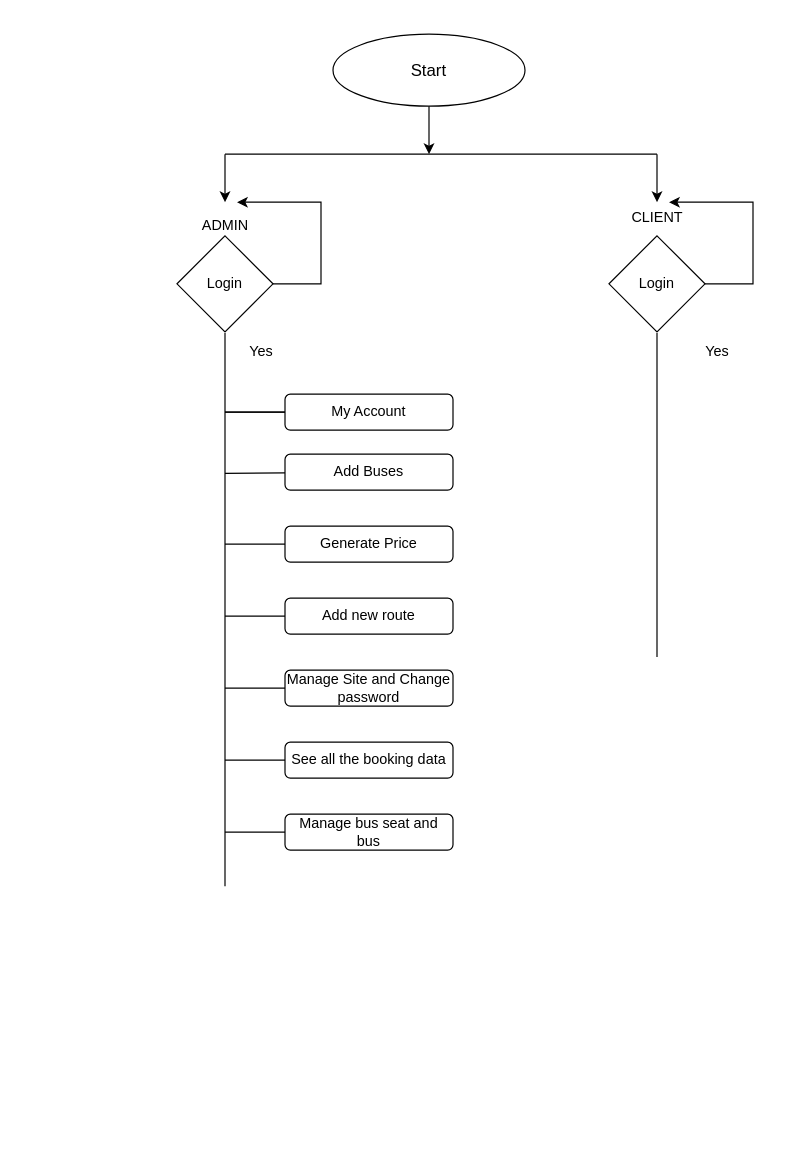
Before: Untitled Diagram.drawio in SarojPandey01/Facebook-Login-Page, a draw.io diagram. Source tidied: cells renumbered, new cells numbered last; positions are measured from the earlier drawing's top-left corner, leaving out a move shared by most shapes. Both pictures are drawn from the tidied source at 120%, with x=0, y=0 at pixel (176, 34).
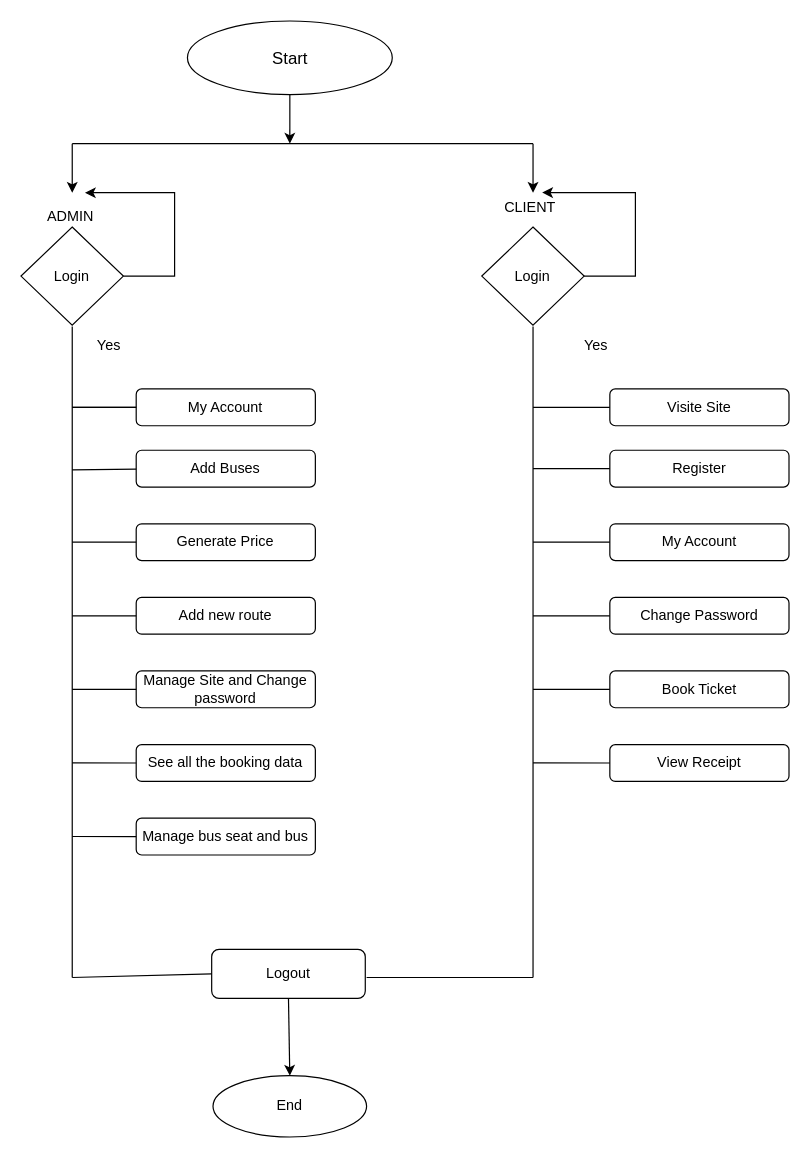
Above is the later version.

Change to the diagram source:
```diff
@@
+    <mxCell id="32" style="group;" parent="1" vertex="1">
+      <mxGeometry x="-130" y="-11" width="640" height="930" as="geometry" />
+    </mxCell>
-    <mxCell id="2" value="&lt;font style=&quot;font-size: 14px;&quot;&gt;Start&lt;/font&gt;" style="ellipse;whiteSpace=wrap;html=1;" parent="1" vertex="1">
-      <mxGeometry x="130" width="160" height="60" as="geometry" />
+    <mxCell id="2" value="&lt;font style=&quot;font-size: 14px;&quot;&gt;Start&lt;/font&gt;" style="ellipse;whiteSpace=wrap;html=1;" parent="32" vertex="1">
+      <mxGeometry x="138.7" width="170.7" height="61.3" as="geometry" />
     </mxCell>
-    <mxCell id="3" style="endArrow=classic;html=1;rounded=0;" parent="1" edge="1" source="2">
+    <mxCell id="3" style="endArrow=classic;html=1;rounded=0;" parent="32" edge="1" source="2">
       <mxGeometry relative="1" as="geometry">
-        <mxPoint x="210" y="100" as="targetPoint" />
+        <mxPoint x="224" y="102.2" as="targetPoint" />
       </mxGeometry>
     </mxCell>
-    <mxCell id="4" style="endArrow=none;html=1;rounded=0;" parent="1" edge="1">
+    <mxCell id="4" style="endArrow=none;html=1;rounded=0;" parent="32" edge="1">
       <mxGeometry relative="1" as="geometry">
-        <mxPoint x="40" y="100" as="sourcePoint" />
-        <mxPoint x="400" y="100" as="targetPoint" />
+        <mxPoint x="42.7" y="102.2" as="sourcePoint" />
+        <mxPoint x="426.7" y="102.2" as="targetPoint" />
       </mxGeometry>
     </mxCell>
-    <mxCell id="5" style="endArrow=classic;html=1;rounded=0;" parent="1" edge="1">
+    <mxCell id="5" style="endArrow=classic;html=1;rounded=0;" parent="32" edge="1">
       <mxGeometry relative="1" as="geometry">
-        <mxPoint x="40" y="100" as="sourcePoint" />
-        <mxPoint x="40" y="140" as="targetPoint" />
+        <mxPoint x="42.7" y="102.2" as="sourcePoint" />
+        <mxPoint x="42.7" y="143.1" as="targetPoint" />
       </mxGeometry>
     </mxCell>
-    <mxCell id="6" style="endArrow=classic;html=1;rounded=0;" parent="1" edge="1">
+    <mxCell id="6" style="endArrow=classic;html=1;rounded=0;" parent="32" edge="1">
       <mxGeometry relative="1" as="geometry">
-        <mxPoint x="400" y="100" as="sourcePoint" />
-        <mxPoint x="400" y="140" as="targetPoint" />
+        <mxPoint x="426.7" y="102.2" as="sourcePoint" />
+        <mxPoint x="426.7" y="143.1" as="targetPoint" />
       </mxGeometry>
     </mxCell>
-    <mxCell id="7" value="ADMIN" style="text;html=1;align=center;verticalAlign=middle;strokeColor=none;fillColor=none;" parent="1" vertex="1">
-      <mxGeometry x="10" y="145" width="60" height="30" as="geometry" />
+    <mxCell id="7" value="ADMIN" style="text;html=1;align=center;verticalAlign=middle;strokeColor=none;fillColor=none;" parent="32" vertex="1">
+      <mxGeometry x="10.7" y="148.2" width="60" height="30" as="geometry" />
     </mxCell>
-    <mxCell id="8" value="Login" style="rhombus;whiteSpace=wrap;html=1;" parent="1" vertex="1">
-      <mxGeometry x="360" y="168" width="80" height="80" as="geometry" />
+    <mxCell id="8" value="Login" style="rhombus;whiteSpace=wrap;html=1;" parent="32" vertex="1">
+      <mxGeometry x="384" y="171.7" width="85.3" height="81.8" as="geometry" />
     </mxCell>
-    <mxCell id="9" value="Login" style="rhombus;whiteSpace=wrap;html=1;" parent="1" vertex="1">
-      <mxGeometry y="168" width="80" height="80" as="geometry" />
+    <mxCell id="9" value="Login" style="rhombus;whiteSpace=wrap;html=1;" parent="32" vertex="1">
+      <mxGeometry y="171.7" width="85.3" height="81.8" as="geometry" />
     </mxCell>
-    <mxCell id="10" value="CLIENT" style="text;html=1;align=center;verticalAlign=middle;points=[];strokeColor=none;fillColor=none;" parent="1" vertex="1">
-      <mxGeometry x="365" y="138" width="70" height="30" as="geometry" />
+    <mxCell id="10" value="CLIENT" style="text;html=1;align=center;verticalAlign=middle;points=[];strokeColor=none;fillColor=none;" parent="32" vertex="1">
+      <mxGeometry x="389.3" y="141" width="70" height="30" as="geometry" />
     </mxCell>
-    <mxCell id="11" style="endArrow=classic;html=1;rounded=0;exitX=1;exitY=0.5;exitDx=0;exitDy=0;" parent="1" edge="1" source="9">
+    <mxCell id="11" style="endArrow=classic;html=1;rounded=0;exitX=1;exitY=0.5;exitDx=0;exitDy=0;" parent="32" edge="1" source="9">
       <mxGeometry relative="1" as="geometry">
-        <mxPoint x="50" y="140" as="targetPoint" />
+        <mxPoint x="53.3" y="143.1" as="targetPoint" />
         <Array as="points">
-          <mxPoint x="120" y="208" />
-          <mxPoint x="120" y="160" />
-          <mxPoint x="120" y="140" />
-          <mxPoint x="80" y="140" />
+          <mxPoint x="128" y="212.6" />
+          <mxPoint x="128" y="163.5" />
+          <mxPoint x="128" y="143.1" />
+          <mxPoint x="85.3" y="143.1" />
         </Array>
       </mxGeometry>
     </mxCell>
-    <mxCell id="12" style="endArrow=classic;html=1;rounded=0;exitX=1;exitY=0.5;exitDx=0;exitDy=0;entryX=0.643;entryY=0.067;entryDx=0;entryDy=0;entryPerimeter=0;" parent="1" edge="1" target="10">
+    <mxCell id="12" style="endArrow=classic;html=1;rounded=0;exitX=1;exitY=0.5;exitDx=0;exitDy=0;entryX=0.643;entryY=0.067;entryDx=0;entryDy=0;entryPerimeter=0;" parent="32" edge="1" target="10">
       <mxGeometry relative="1" as="geometry">
-        <mxPoint x="440" y="208" as="sourcePoint" />
+        <mxPoint x="469.3" y="212.6" as="sourcePoint" />
         <Array as="points">
-          <mxPoint x="480" y="208" />
-          <mxPoint x="480" y="140" />
-          <mxPoint x="440" y="140" />
+          <mxPoint x="512" y="212.6" />
+          <mxPoint x="512" y="143.1" />
+          <mxPoint x="469.3" y="143.1" />
         </Array>
       </mxGeometry>
     </mxCell>
-    <mxCell id="13" style="endArrow=none;html=1;rounded=0;" parent="1" edge="1">
+    <mxCell id="13" style="endArrow=none;html=1;rounded=0;" parent="32" edge="1">
       <mxGeometry relative="1" as="geometry">
-        <mxPoint x="40" y="249" as="sourcePoint" />
-        <mxPoint x="40" y="710" as="targetPoint" />
+        <mxPoint x="42.7" y="254.5" as="sourcePoint" />
+        <mxPoint x="42.7" y="797.1" as="targetPoint" />
       </mxGeometry>
     </mxCell>
-    <mxCell id="14" style="endArrow=none;html=1;rounded=0;" parent="1" edge="1">
+    <mxCell id="14" style="endArrow=none;html=1;rounded=0;" parent="32" edge="1">
       <mxGeometry relative="1" as="geometry">
-        <mxPoint x="400" y="249" as="sourcePoint" />
-        <mxPoint x="400" y="519" as="targetPoint" />
+        <mxPoint x="426.7" y="254.5" as="sourcePoint" />
+        <mxPoint x="426.7" y="797.1" as="targetPoint" />
       </mxGeometry>
     </mxCell>
-    <mxCell id="15" value="Yes" style="text;html=1;align=center;verticalAlign=middle;strokeColor=none;fillColor=none;" parent="1" vertex="1">
-      <mxGeometry x="430" y="250" width="40" height="30" as="geometry" />
+    <mxCell id="15" value="Yes" style="text;html=1;align=center;verticalAlign=middle;strokeColor=none;fillColor=none;" parent="32" vertex="1">
+      <mxGeometry x="458.7" y="255.5" width="40" height="30" as="geometry" />
     </mxCell>
-    <mxCell id="16" value="Yes" style="text;html=1;align=center;verticalAlign=middle;strokeColor=none;fillColor=none;" parent="1" vertex="1">
-      <mxGeometry x="50" y="250" width="40" height="30" as="geometry" />
+    <mxCell id="16" value="Yes" style="text;html=1;align=center;verticalAlign=middle;strokeColor=none;fillColor=none;" parent="32" vertex="1">
+      <mxGeometry x="53.3" y="255.5" width="40" height="30" as="geometry" />
     </mxCell>
-    <mxCell id="17" value="My Account" style="rounded=1;whiteSpace=wrap;html=1;" parent="1" vertex="1">
-      <mxGeometry x="90" y="300" width="140" height="30" as="geometry" />
+    <mxCell id="17" value="My Account" style="rounded=1;whiteSpace=wrap;html=1;" parent="32" vertex="1">
+      <mxGeometry x="96" y="306.6" width="149.3" height="30.7" as="geometry" />
     </mxCell>
-    <mxCell id="18" style="endArrow=none;html=1;rounded=0;entryX=0;entryY=0.5;entryDx=0;entryDy=0;" parent="1" edge="1" target="17">
+    <mxCell id="18" style="endArrow=none;html=1;rounded=0;entryX=0;entryY=0.5;entryDx=0;entryDy=0;" parent="32" edge="1" target="17">
       <mxGeometry relative="1" as="geometry">
-        <mxPoint x="40" y="315" as="sourcePoint" />
+        <mxPoint x="42.7" y="321.9" as="sourcePoint" />
       </mxGeometry>
     </mxCell>
-    <mxCell id="19" value="Add Buses" style="rounded=1;whiteSpace=wrap;html=1;" parent="1" vertex="1">
-      <mxGeometry x="90" y="350" width="140" height="30" as="geometry" />
+    <mxCell id="19" value="Add Buses" style="rounded=1;whiteSpace=wrap;html=1;" parent="32" vertex="1">
+      <mxGeometry x="96" y="357.7" width="149.3" height="30.7" as="geometry" />
     </mxCell>
-    <mxCell id="20" style="endArrow=none;html=1;rounded=0;entryX=0;entryY=0.5;entryDx=0;entryDy=0;" parent="1" edge="1" target="17">
+    <mxCell id="20" style="endArrow=none;html=1;rounded=0;entryX=0;entryY=0.5;entryDx=0;entryDy=0;" parent="32" edge="1" target="17">
       <mxGeometry relative="1" as="geometry">
-        <mxPoint x="40" y="315" as="sourcePoint" />
+        <mxPoint x="42.7" y="321.9" as="sourcePoint" />
         <Array as="points">
-          <mxPoint x="70" y="315" />
+          <mxPoint x="74.7" y="321.9" />
         </Array>
       </mxGeometry>
     </mxCell>
-    <mxCell id="21" style="endArrow=none;html=1;rounded=0;entryX=0;entryY=0.75;entryDx=0;entryDy=0;" parent="1" edge="1">
+    <mxCell id="21" style="endArrow=none;html=1;rounded=0;entryX=0;entryY=0.75;entryDx=0;entryDy=0;" parent="32" edge="1">
       <mxGeometry relative="1" as="geometry">
-        <mxPoint x="40" y="366" as="sourcePoint" />
-        <mxPoint x="90" y="365.5" as="targetPoint" />
+        <mxPoint x="42.7" y="374" as="sourcePoint" />
+        <mxPoint x="96" y="373.5" as="targetPoint" />
       </mxGeometry>
     </mxCell>
-    <mxCell id="22" value="Generate Price" style="rounded=1;whiteSpace=wrap;html=1;" parent="1" vertex="1">
-      <mxGeometry x="90" y="410" width="140" height="30" as="geometry" />
+    <mxCell id="22" value="Generate Price" style="rounded=1;whiteSpace=wrap;html=1;" parent="32" vertex="1">
+      <mxGeometry x="96" y="419" width="149.3" height="30.7" as="geometry" />
     </mxCell>
-    <mxCell id="23" style="endArrow=none;html=1;rounded=0;entryX=0;entryY=0.5;entryDx=0;entryDy=0;" parent="1" edge="1" target="22">
+    <mxCell id="23" style="endArrow=none;html=1;rounded=0;entryX=0;entryY=0.5;entryDx=0;entryDy=0;" parent="32" edge="1" target="22">
       <mxGeometry relative="1" as="geometry">
-        <mxPoint x="40" y="425" as="sourcePoint" />
+        <mxPoint x="42.7" y="434.3" as="sourcePoint" />
       </mxGeometry>
     </mxCell>
-    <mxCell id="24" value="Add new route" style="rounded=1;whiteSpace=wrap;html=1;" parent="1" vertex="1">
-      <mxGeometry x="90" y="470" width="140" height="30" as="geometry" />
+    <mxCell id="24" value="Add new route" style="rounded=1;whiteSpace=wrap;html=1;" parent="32" vertex="1">
+      <mxGeometry x="96" y="480.3" width="149.3" height="30.7" as="geometry" />
     </mxCell>
-    <mxCell id="25" style="endArrow=none;html=1;rounded=0;exitX=0;exitY=0.5;exitDx=0;exitDy=0;" parent="1" edge="1" source="24">
+    <mxCell id="25" style="endArrow=none;html=1;rounded=0;exitX=0;exitY=0.5;exitDx=0;exitDy=0;" parent="32" edge="1" source="24">
       <mxGeometry relative="1" as="geometry">
-        <mxPoint x="40" y="485" as="targetPoint" />
+        <mxPoint x="42.7" y="495.7" as="targetPoint" />
       </mxGeometry>
     </mxCell>
-    <mxCell id="26" value="Manage Site and Change password" style="rounded=1;whiteSpace=wrap;html=1;" parent="1" vertex="1">
-      <mxGeometry x="90" y="530" width="140" height="30" as="geometry" />
+    <mxCell id="26" value="Manage Site and Change password" style="rounded=1;whiteSpace=wrap;html=1;" parent="32" vertex="1">
+      <mxGeometry x="96" y="541.6" width="149.3" height="30.7" as="geometry" />
     </mxCell>
-    <mxCell id="27" style="endArrow=none;html=1;rounded=0;exitX=0;exitY=0.5;exitDx=0;exitDy=0;" parent="1" edge="1" source="26">
+    <mxCell id="27" style="endArrow=none;html=1;rounded=0;exitX=0;exitY=0.5;exitDx=0;exitDy=0;" parent="32" edge="1" source="26">
       <mxGeometry relative="1" as="geometry">
-        <mxPoint x="40" y="545" as="targetPoint" />
+        <mxPoint x="42.7" y="557" as="targetPoint" />
       </mxGeometry>
     </mxCell>
-    <mxCell id="28" value="See all the booking data" style="rounded=1;whiteSpace=wrap;html=1;" parent="1" vertex="1">
-      <mxGeometry x="90" y="590" width="140" height="30" as="geometry" />
+    <mxCell id="28" value="See all the booking data" style="rounded=1;whiteSpace=wrap;html=1;" parent="32" vertex="1">
+      <mxGeometry x="96" y="603" width="149.3" height="30.7" as="geometry" />
     </mxCell>
-    <mxCell id="29" style="endArrow=none;html=1;rounded=0;exitX=0;exitY=0.5;exitDx=0;exitDy=0;" parent="1" edge="1" source="28">
+    <mxCell id="29" style="endArrow=none;html=1;rounded=0;exitX=0;exitY=0.5;exitDx=0;exitDy=0;" parent="32" edge="1" source="28">
       <mxGeometry relative="1" as="geometry">
-        <mxPoint x="40" y="605" as="targetPoint" />
+        <mxPoint x="42.7" y="618.3" as="targetPoint" />
       </mxGeometry>
     </mxCell>
-    <mxCell id="30" value="Manage bus seat and bus" style="rounded=1;whiteSpace=wrap;html=1;" parent="1" vertex="1">
-      <mxGeometry x="90" y="650" width="140" height="30" as="geometry" />
+    <mxCell id="30" value="Manage bus seat and bus" style="rounded=1;whiteSpace=wrap;html=1;" parent="32" vertex="1">
+      <mxGeometry x="96" y="664.3" width="149.3" height="30.7" as="geometry" />
     </mxCell>
-    <mxCell id="31" style="endArrow=none;html=1;rounded=0;exitX=0;exitY=0.5;exitDx=0;exitDy=0;" parent="1" edge="1" source="30">
+    <mxCell id="31" style="endArrow=none;html=1;rounded=0;exitX=0;exitY=0.5;exitDx=0;exitDy=0;" parent="32" edge="1" source="30">
       <mxGeometry relative="1" as="geometry">
-        <mxPoint x="40" y="665" as="targetPoint" />
+        <mxPoint x="42.7" y="679.6" as="targetPoint" />
       </mxGeometry>
     </mxCell>
+    <mxCell id="33" value="Visite Site" style="rounded=1;whiteSpace=wrap;html=1;" parent="32" vertex="1">
+      <mxGeometry x="490.7" y="306.6" width="149.3" height="30.7" as="geometry" />
+    </mxCell>
+    <mxCell id="34" value="Register" style="rounded=1;whiteSpace=wrap;html=1;" parent="32" vertex="1">
+      <mxGeometry x="490.7" y="357.7" width="149.3" height="30.7" as="geometry" />
+    </mxCell>
+    <mxCell id="35" value="My Account" style="rounded=1;whiteSpace=wrap;html=1;" parent="32" vertex="1">
+      <mxGeometry x="490.7" y="419" width="149.3" height="30.7" as="geometry" />
+    </mxCell>
+    <mxCell id="36" value="Change Password" style="rounded=1;whiteSpace=wrap;html=1;" parent="32" vertex="1">
+      <mxGeometry x="490.7" y="480.3" width="149.3" height="30.7" as="geometry" />
+    </mxCell>
+    <mxCell id="37" value="Book Ticket" style="rounded=1;whiteSpace=wrap;html=1;" parent="32" vertex="1">
+      <mxGeometry x="490.7" y="541.6" width="149.3" height="30.7" as="geometry" />
+    </mxCell>
+    <mxCell id="38" style="endArrow=none;html=1;rounded=0;entryX=0;entryY=0.5;entryDx=0;entryDy=0;" parent="32" edge="1" target="33">
+      <mxGeometry relative="1" as="geometry">
+        <mxPoint x="426.7" y="321.9" as="sourcePoint" />
+      </mxGeometry>
+    </mxCell>
+    <mxCell id="39" style="endArrow=none;html=1;rounded=0;entryX=0;entryY=0.5;entryDx=0;entryDy=0;" parent="32" edge="1" target="34">
+      <mxGeometry relative="1" as="geometry">
+        <mxPoint x="426.7" y="373" as="sourcePoint" />
+      </mxGeometry>
+    </mxCell>
+    <mxCell id="40" style="endArrow=none;html=1;rounded=0;entryX=0;entryY=0.5;entryDx=0;entryDy=0;" parent="32" edge="1" target="35">
+      <mxGeometry relative="1" as="geometry">
+        <mxPoint x="426.7" y="434.3" as="sourcePoint" />
+      </mxGeometry>
+    </mxCell>
+    <mxCell id="41" style="endArrow=none;html=1;rounded=0;entryX=0;entryY=0.5;entryDx=0;entryDy=0;" parent="32" edge="1" target="36">
+      <mxGeometry relative="1" as="geometry">
+        <mxPoint x="426.7" y="495.7" as="sourcePoint" />
+      </mxGeometry>
+    </mxCell>
+    <mxCell id="42" style="endArrow=none;html=1;rounded=0;entryX=0;entryY=0.5;entryDx=0;entryDy=0;" parent="32" edge="1" target="37">
+      <mxGeometry relative="1" as="geometry">
+        <mxPoint x="426.7" y="557" as="sourcePoint" />
+      </mxGeometry>
+    </mxCell>
+    <mxCell id="43" value="View Receipt" style="rounded=1;whiteSpace=wrap;html=1;" parent="32" vertex="1">
+      <mxGeometry x="490.7" y="603" width="149.3" height="30.7" as="geometry" />
+    </mxCell>
+    <mxCell id="44" style="endArrow=none;html=1;rounded=0;entryX=0;entryY=0.5;entryDx=0;entryDy=0;" parent="32" edge="1" target="43">
+      <mxGeometry relative="1" as="geometry">
+        <mxPoint x="426.7" y="618.3" as="sourcePoint" />
+      </mxGeometry>
+    </mxCell>
+    <mxCell id="45" value="Logout" style="rounded=1;whiteSpace=wrap;html=1;" parent="32" vertex="1">
+      <mxGeometry x="158.9" y="773.6" width="128" height="40.9" as="geometry" />
+    </mxCell>
+    <mxCell id="46" style="endArrow=none;html=1;rounded=0;entryX=0;entryY=0.5;entryDx=0;entryDy=0;" parent="32" edge="1" target="45">
+      <mxGeometry relative="1" as="geometry">
+        <mxPoint x="42.7" y="797.1" as="sourcePoint" />
+      </mxGeometry>
+    </mxCell>
+    <mxCell id="47" style="endArrow=none;html=1;rounded=0;" parent="32" edge="1">
+      <mxGeometry relative="1" as="geometry">
+        <mxPoint x="288" y="797.1" as="sourcePoint" />
+        <mxPoint x="426.7" y="797.1" as="targetPoint" />
+      </mxGeometry>
+    </mxCell>
+    <mxCell id="48" style="endArrow=classic;html=1;rounded=0;exitX=0.5;exitY=1;exitDx=0;exitDy=0;" parent="32" edge="1" source="45">
+      <mxGeometry relative="1" as="geometry">
+        <mxPoint x="224" y="878.9" as="targetPoint" />
+      </mxGeometry>
+    </mxCell>
+    <mxCell id="49" value="End" style="ellipse;whiteSpace=wrap;html=1;" parent="32" vertex="1">
+      <mxGeometry x="160" y="878.9" width="128" height="51.1" as="geometry" />
+    </mxCell>
```
